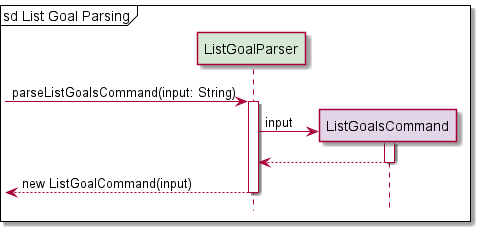
Above: docs/Diagram_Images/Implementation_Diagram_Images/ListGoalsCommandParserSequenceDiagram.png in nus-cs2113-AY2122S1/tp (PlantUML), before the change. Its diagram source:
```plantuml
@startuml

!include Style.puml

participant ListGoalParser as ListGoalParser PARSER_COLOUR
participant ListGoalsCommand as ListGoalsCommand COMMAND_COLOUR

mainframe sd List Goal Parsing

-> ListGoalParser: parseListGoalsCommand(input: String)
activate ListGoalParser
create ListGoalsCommand
ListGoalParser -> ListGoalsCommand: input
activate ListGoalsCommand

return

return new ListGoalCommand(input)




@enduml
```
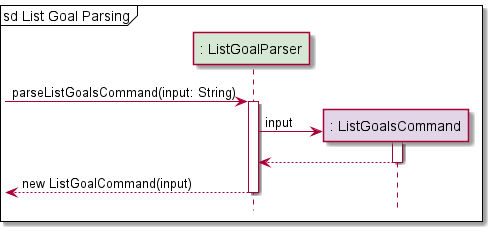
After the change.

Change to the diagram source:
```diff
@@ -2,8 +2,8 @@
 
 !include Style.puml
 
-participant ListGoalParser as ListGoalParser PARSER_COLOUR
-participant ListGoalsCommand as ListGoalsCommand COMMAND_COLOUR
+participant ": ListGoalParser" as ListGoalParser PARSER_COLOUR
+participant ": ListGoalsCommand" as ListGoalsCommand COMMAND_COLOUR
 
 mainframe sd List Goal Parsing
 
```
